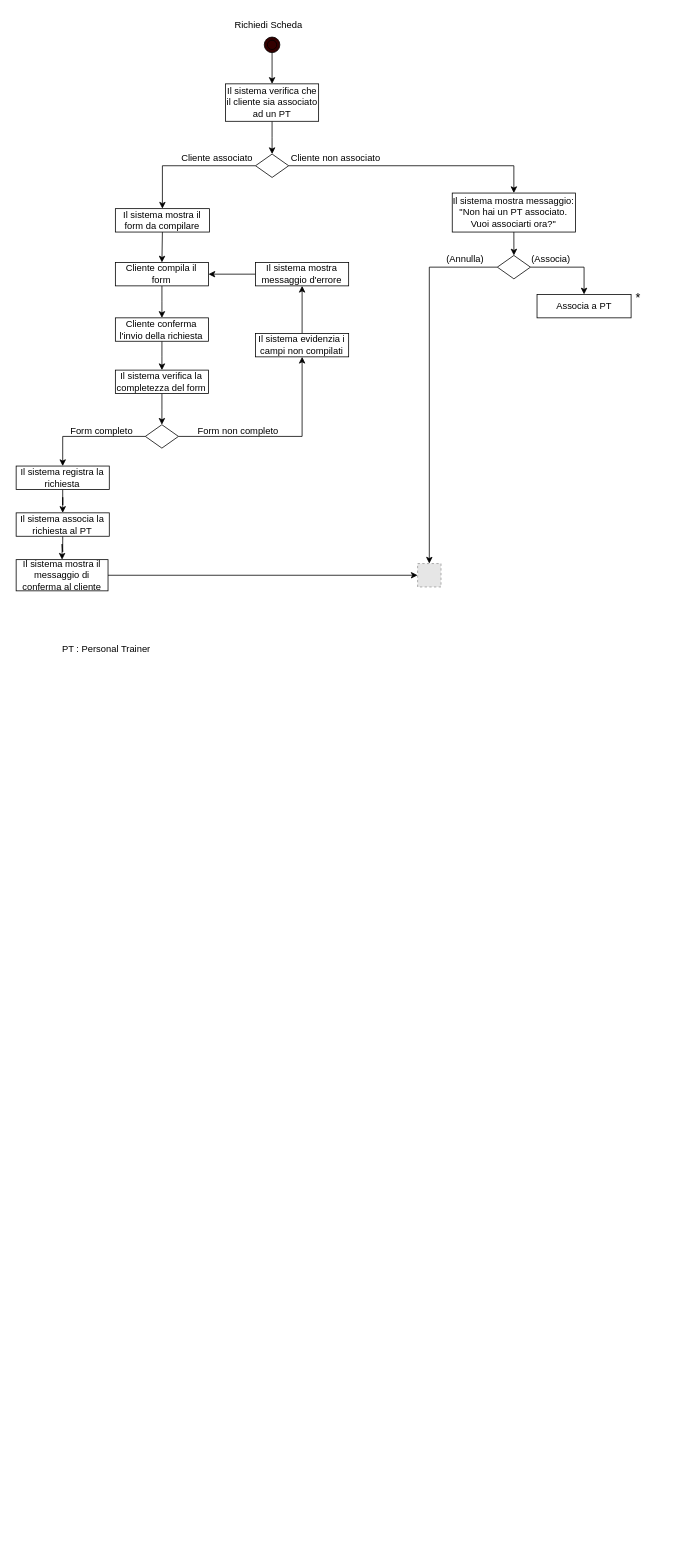
Above: page "Pagina-1" (1 of 2) of ActivityDiagram/RichiediScheda.drawio in FedericoSib/FitPlan (draw.io), before the change. Source tidied: cells renumbered, new cells numbered last; positions are measured from the earlier drawing's top-left corner, leaving out a move shared by most shapes. Both pictures are drawn from the tidied source at 78%, with x=0, y=0 at pixel (16, 13). Pictures stored in the file or linked from it are replaced by grey dashed boxes.
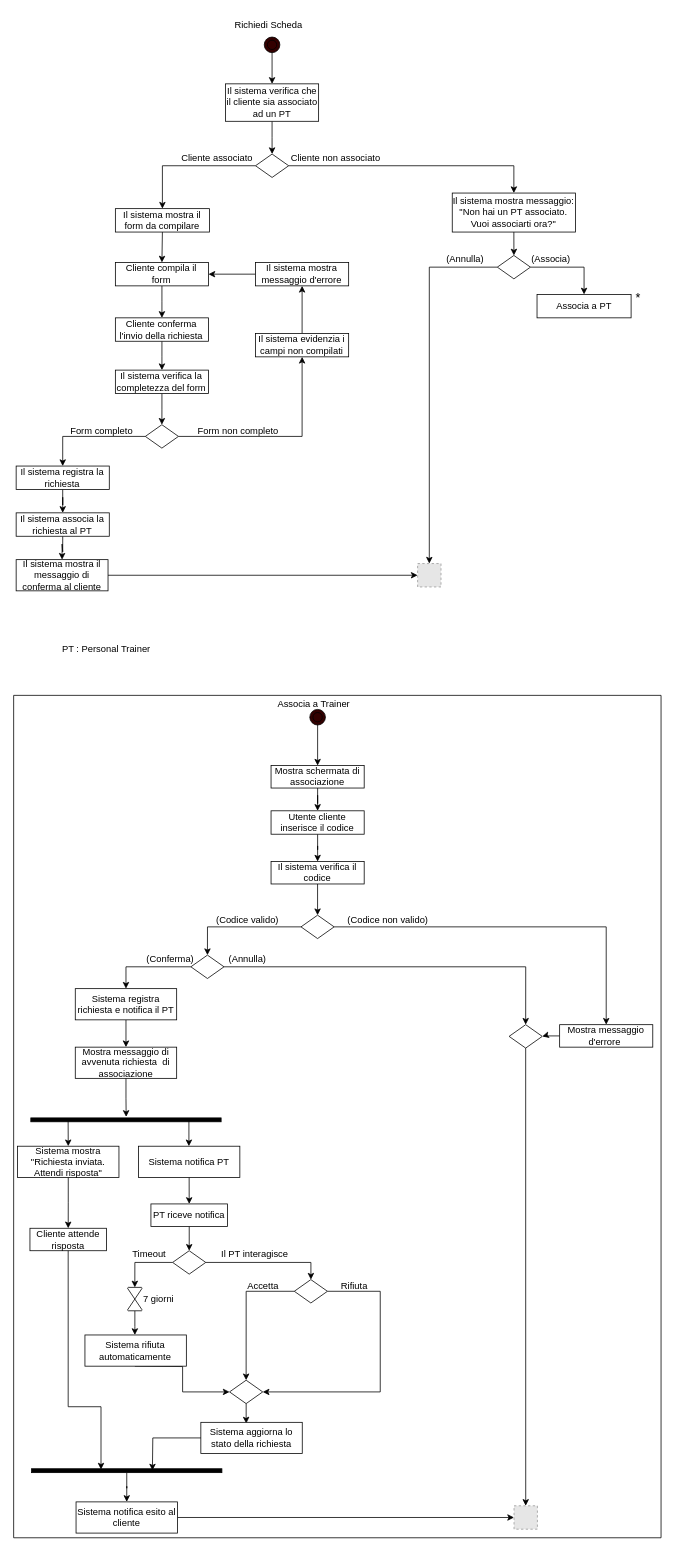
After the change.

The edit, as a diff of the source:
```diff
@@
+    <mxCell id="46" style="edgeStyle=orthogonalEdgeStyle;rounded=0;jettySize=auto;html=1;entryX=0.5;entryY=0;entryDx=0;entryDy=0;" parent="1" edge="1" source="47" target="50">
+      <mxGeometry relative="1" as="geometry" />
+    </mxCell>
+    <mxCell id="47" value="Il sistema verifica il codice" style="rounded=0;whiteSpace=wrap;html=1;" parent="1" vertex="1">
+      <mxGeometry x="327" y="1087" width="119.4" height="28.8" as="geometry" />
+    </mxCell>
+    <mxCell id="48" style="edgeStyle=orthogonalEdgeStyle;rounded=0;jettySize=auto;html=1;entryX=0.5;entryY=0;entryDx=0;entryDy=0;" parent="1" edge="1" source="50" target="57">
+      <mxGeometry relative="1" as="geometry" />
+    </mxCell>
+    <mxCell id="49" style="edgeStyle=orthogonalEdgeStyle;rounded=0;jettySize=auto;html=1;exitX=1;exitY=0.5;exitDx=0;exitDy=0;entryX=0.5;entryY=0;entryDx=0;entryDy=0;" parent="1" edge="1" source="50" target="54">
+      <mxGeometry relative="1" as="geometry" />
+    </mxCell>
+    <mxCell id="50" style="rhombus;whiteSpace=wrap;html=1;" parent="1" vertex="1">
+      <mxGeometry x="365.4" y="1155.8" width="42.5" height="30" as="geometry" />
+    </mxCell>
+    <mxCell id="51" value="(Codice valido)" style="text;html=1;whiteSpace=wrap;strokeColor=none;fillColor=none;align=center;verticalAlign=middle;rounded=0;" parent="1" vertex="1">
+      <mxGeometry x="247" y="1147" width="100" height="30" as="geometry" />
+    </mxCell>
+    <mxCell id="52" value="(Codice non valido)" style="text;html=1;whiteSpace=wrap;strokeColor=none;fillColor=none;align=center;verticalAlign=middle;rounded=0;" parent="1" vertex="1">
+      <mxGeometry x="417" y="1147" width="120" height="30" as="geometry" />
+    </mxCell>
+    <mxCell id="53" style="edgeStyle=orthogonalEdgeStyle;rounded=0;jettySize=auto;html=1;entryX=1;entryY=0.5;entryDx=0;entryDy=0;" parent="1" edge="1" source="54" target="66">
+      <mxGeometry relative="1" as="geometry" />
+    </mxCell>
+    <mxCell id="54" value="Mostra messaggio d'errore&amp;nbsp;" style="rounded=0;whiteSpace=wrap;html=1;" parent="1" vertex="1">
+      <mxGeometry x="697" y="1296.2" width="119.4" height="28.8" as="geometry" />
+    </mxCell>
+    <mxCell id="55" style="edgeStyle=orthogonalEdgeStyle;rounded=0;jettySize=auto;html=1;exitX=0;exitY=0.5;exitDx=0;exitDy=0;entryX=0.5;entryY=0;entryDx=0;entryDy=0;" parent="1" edge="1" source="57" target="72">
+      <mxGeometry relative="1" as="geometry" />
+    </mxCell>
+    <mxCell id="56" style="edgeStyle=orthogonalEdgeStyle;rounded=0;jettySize=auto;html=1;entryX=0.5;entryY=0;entryDx=0;entryDy=0;" parent="1" edge="1" source="57" target="66">
+      <mxGeometry relative="1" as="geometry" />
+    </mxCell>
+    <mxCell id="57" style="rhombus;whiteSpace=wrap;html=1;" parent="1" vertex="1">
+      <mxGeometry x="224.2" y="1207" width="42.5" height="30" as="geometry" />
+    </mxCell>
+    <mxCell id="58" value="(Annulla)" style="text;html=1;whiteSpace=wrap;strokeColor=none;fillColor=none;align=center;verticalAlign=middle;rounded=0;" parent="1" vertex="1">
+      <mxGeometry x="266.7" y="1197" width="60" height="30" as="geometry" />
+    </mxCell>
+    <mxCell id="59" value="(Conferma)" style="text;html=1;whiteSpace=wrap;strokeColor=none;fillColor=none;align=center;verticalAlign=middle;rounded=0;" parent="1" vertex="1">
+      <mxGeometry x="168.3" y="1197" width="60" height="30" as="geometry" />
+    </mxCell>
+    <mxCell id="60" style="edgeStyle=orthogonalEdgeStyle;rounded=0;jettySize=auto;html=1;entryX=0.5;entryY=0;entryDx=0;entryDy=0;" parent="1" edge="1" source="61" target="83">
+      <mxGeometry relative="1" as="geometry" />
+    </mxCell>
+    <mxCell id="61" value="Mostra schermata di associazione" style="rounded=0;whiteSpace=wrap;html=1;" parent="1" vertex="1">
+      <mxGeometry x="327" y="964" width="119.4" height="28.8" as="geometry" />
+    </mxCell>
+    <mxCell id="62" style="edgeStyle=orthogonalEdgeStyle;rounded=0;jettySize=auto;html=1;entryX=0.5;entryY=0;entryDx=0;entryDy=0;" parent="1" edge="1" source="63" target="61">
+      <mxGeometry relative="1" as="geometry" />
+    </mxCell>
+    <mxCell id="63" style="ellipse;shape=doubleEllipse;whiteSpace=wrap;html=1;fillColor=#330000;" parent="1" vertex="1">
+      <mxGeometry x="376.7" y="892" width="20" height="20" as="geometry" />
+    </mxCell>
+    <mxCell id="64" value="Associa a Trainer" style="text;html=1;whiteSpace=wrap;strokeColor=none;fillColor=none;align=center;verticalAlign=middle;rounded=0;" parent="1" vertex="1">
+      <mxGeometry x="297" y="870" width="170" height="30" as="geometry" />
+    </mxCell>
+    <mxCell id="65" style="edgeStyle=orthogonalEdgeStyle;rounded=0;jettySize=auto;html=1;exitX=0.5;exitY=1;exitDx=0;exitDy=0;entryX=0.5;entryY=0;entryDx=0;entryDy=0;" parent="1" edge="1" source="66" target="68">
+      <mxGeometry relative="1" as="geometry" />
+    </mxCell>
+    <mxCell id="66" style="rhombus;whiteSpace=wrap;html=1;" parent="1" vertex="1">
+      <mxGeometry x="632.2" y="1296.2" width="42.5" height="30" as="geometry" />
+    </mxCell>
+    <mxCell id="67" value="Mostra messaggio di avvenuta richiesta&amp;nbsp; di associazione" style="rounded=0;whiteSpace=wrap;html=1;" parent="1" vertex="1">
+      <mxGeometry x="76" y="1325" width="130" height="40" as="geometry" />
+    </mxCell>
+    <mxCell id="68" style="fillColor=#E6E6E6;strokeColor=#999999;dashed=1;html=1;verticalAlign=top;verticalLabelPosition=bottom;labelBackgroundColor=#ffffff;" parent="1" vertex="1">
+      <mxGeometry x="638.5" y="1913" width="30" height="30" as="geometry" />
+    </mxCell>
+    <mxCell id="69" style="edgeStyle=orthogonalEdgeStyle;rounded=0;jettySize=auto;html=1;entryX=0.5;entryY=0;entryDx=0;entryDy=0;" parent="1" edge="1" source="70">
+      <mxGeometry relative="1" as="geometry">
+        <mxPoint x="152.4" y="1694" as="targetPoint" />
+      </mxGeometry>
+    </mxCell>
+    <mxCell id="70" style="verticalLabelPosition=bottom;verticalAlign=top;html=1;shape=mxgraph.flowchart.collate;" parent="1" vertex="1">
+      <mxGeometry x="143" y="1633" width="18.7" height="30" as="geometry" />
+    </mxCell>
+    <mxCell id="71" style="edgeStyle=orthogonalEdgeStyle;rounded=0;jettySize=auto;html=1;exitX=0.5;exitY=1;exitDx=0;exitDy=0;entryX=0.5;entryY=0;entryDx=0;entryDy=0;" parent="1" edge="1" source="72" target="67">
+      <mxGeometry relative="1" as="geometry" />
+    </mxCell>
+    <mxCell id="72" value="Sistema registra richiesta e notifica il PT" style="rounded=0;whiteSpace=wrap;html=1;" parent="1" vertex="1">
+      <mxGeometry x="76" y="1250" width="130" height="40" as="geometry" />
+    </mxCell>
+    <mxCell id="73" style="edgeStyle=orthogonalEdgeStyle;rounded=0;jettySize=auto;html=1;entryX=0.5;entryY=0;entryDx=0;entryDy=0;" parent="1" edge="1" source="74" target="77">
+      <mxGeometry relative="1" as="geometry" />
+    </mxCell>
+    <mxCell id="74" value="PT riceve notifica" style="rounded=0;whiteSpace=wrap;html=1;" parent="1" vertex="1">
+      <mxGeometry x="173" y="1526" width="98.1" height="28.8" as="geometry" />
+    </mxCell>
+    <mxCell id="75" style="edgeStyle=orthogonalEdgeStyle;rounded=0;jettySize=auto;html=1;entryX=0.5;entryY=0;entryDx=0;entryDy=0;entryPerimeter=0;" parent="1" edge="1" source="77" target="70">
+      <mxGeometry relative="1" as="geometry" />
+    </mxCell>
+    <mxCell id="76" style="edgeStyle=orthogonalEdgeStyle;rounded=0;jettySize=auto;html=1;" parent="1" edge="1" source="77" target="86">
+      <mxGeometry relative="1" as="geometry" />
+    </mxCell>
+    <mxCell id="77" style="rhombus;whiteSpace=wrap;html=1;" parent="1" vertex="1">
+      <mxGeometry x="200.8" y="1586" width="42.5" height="30" as="geometry" />
+    </mxCell>
+    <mxCell id="78" value="Timeout" style="text;html=1;whiteSpace=wrap;strokeColor=none;fillColor=none;align=center;verticalAlign=middle;rounded=0;" parent="1" vertex="1">
+      <mxGeometry x="140.8" y="1576" width="60" height="30" as="geometry" />
+    </mxCell>
+    <mxCell id="79" value="7 giorni" style="text;html=1;whiteSpace=wrap;strokeColor=none;fillColor=none;align=center;verticalAlign=middle;rounded=0;" parent="1" vertex="1">
+      <mxGeometry x="153" y="1633" width="60" height="30" as="geometry" />
+    </mxCell>
+    <mxCell id="80" style="edgeStyle=orthogonalEdgeStyle;rounded=0;jettySize=auto;html=1;entryX=0;entryY=0.5;entryDx=0;entryDy=0;exitX=0.5;exitY=1;exitDx=0;exitDy=0;" parent="1" edge="1" target="96">
+      <mxGeometry relative="1" as="geometry">
+        <mxPoint x="152.4" y="1734" as="sourcePoint" />
+      </mxGeometry>
+    </mxCell>
+    <mxCell id="81" value="Sistema rifiuta automaticamente" style="rounded=0;whiteSpace=wrap;html=1;" parent="1" vertex="1">
+      <mxGeometry x="88.4" y="1694" width="130" height="40" as="geometry" />
+    </mxCell>
+    <mxCell id="82" style="edgeStyle=orthogonalEdgeStyle;rounded=0;jettySize=auto;html=1;entryX=0.5;entryY=0;entryDx=0;entryDy=0;" parent="1" edge="1" source="83" target="47">
+      <mxGeometry relative="1" as="geometry" />
+    </mxCell>
+    <mxCell id="83" value="Utente cliente inserisce il codice" style="rounded=0;whiteSpace=wrap;html=1;" parent="1" vertex="1">
+      <mxGeometry x="327" y="1022" width="119.4" height="30" as="geometry" />
+    </mxCell>
+    <mxCell id="84" style="edgeStyle=orthogonalEdgeStyle;rounded=0;jettySize=auto;html=1;exitX=0;exitY=0.5;exitDx=0;exitDy=0;entryX=0.5;entryY=0;entryDx=0;entryDy=0;" parent="1" edge="1" source="86" target="96">
+      <mxGeometry relative="1" as="geometry" />
+    </mxCell>
+    <mxCell id="85" style="edgeStyle=orthogonalEdgeStyle;rounded=0;jettySize=auto;html=1;exitX=1;exitY=0.5;exitDx=0;exitDy=0;entryX=1;entryY=0.5;entryDx=0;entryDy=0;" parent="1" edge="1" source="86" target="96">
+      <mxGeometry relative="1" as="geometry">
+        <Array as="points">
+          <mxPoint x="467" y="1638" />
+          <mxPoint x="467" y="1767" />
+        </Array>
+      </mxGeometry>
+    </mxCell>
+    <mxCell id="86" style="rhombus;whiteSpace=wrap;html=1;" parent="1" vertex="1">
+      <mxGeometry x="356.8" y="1623" width="42.5" height="30" as="geometry" />
+    </mxCell>
+    <mxCell id="87" value="Il PT interagisce&amp;nbsp;" style="text;html=1;whiteSpace=wrap;strokeColor=none;fillColor=none;align=center;verticalAlign=middle;rounded=0;" parent="1" vertex="1">
+      <mxGeometry x="238" y="1576" width="140" height="30" as="geometry" />
+    </mxCell>
+    <mxCell id="88" value="Accetta" style="text;html=1;whiteSpace=wrap;strokeColor=none;fillColor=none;align=center;verticalAlign=middle;rounded=0;" parent="1" vertex="1">
+      <mxGeometry x="287" y="1616" width="60" height="30" as="geometry" />
+    </mxCell>
+    <mxCell id="89" value="Rifiuta" style="text;html=1;whiteSpace=wrap;strokeColor=none;fillColor=none;align=center;verticalAlign=middle;rounded=0;" parent="1" vertex="1">
+      <mxGeometry x="393.7" y="1616" width="80" height="30" as="geometry" />
+    </mxCell>
+    <mxCell id="90" style="html=1;points=[];perimeter=orthogonalPerimeter;fillColor=strokeColor;rotation=-90;" parent="1" vertex="1">
+      <mxGeometry x="138.5" y="1296.2" width="5" height="244" as="geometry" />
+    </mxCell>
+    <mxCell id="91" style="edgeStyle=orthogonalEdgeStyle;rounded=0;jettySize=auto;html=1;entryX=0.5;entryY=0;entryDx=0;entryDy=0;" parent="1" edge="1" source="92" target="99">
+      <mxGeometry relative="1" as="geometry" />
+    </mxCell>
+    <mxCell id="92" value="Sistema mostra &quot;Richiesta inviata. Attendi risposta&quot;" style="rounded=0;whiteSpace=wrap;html=1;" parent="1" vertex="1">
+      <mxGeometry x="2" y="1452" width="130" height="40" as="geometry" />
+    </mxCell>
+    <mxCell id="93" style="edgeStyle=orthogonalEdgeStyle;rounded=0;jettySize=auto;html=1;exitX=0.5;exitY=1;exitDx=0;exitDy=0;entryX=0.5;entryY=0;entryDx=0;entryDy=0;" parent="1" edge="1" source="94" target="74">
+      <mxGeometry relative="1" as="geometry" />
+    </mxCell>
+    <mxCell id="94" value="Sistema notifica PT" style="rounded=0;whiteSpace=wrap;html=1;" parent="1" vertex="1">
+      <mxGeometry x="157" y="1452" width="130" height="40" as="geometry" />
+    </mxCell>
+    <mxCell id="95" style="edgeStyle=orthogonalEdgeStyle;rounded=0;jettySize=auto;html=1;entryX=0.448;entryY=0.037;entryDx=0;entryDy=0;entryPerimeter=0;" parent="1" edge="1" source="96" target="97">
+      <mxGeometry relative="1" as="geometry" />
+    </mxCell>
+    <mxCell id="96" style="rhombus;whiteSpace=wrap;html=1;" parent="1" vertex="1">
+      <mxGeometry x="273.8" y="1752" width="42.5" height="30" as="geometry" />
+    </mxCell>
+    <mxCell id="97" value="Sistema aggiorna lo stato della richiesta" style="rounded=0;whiteSpace=wrap;html=1;" parent="1" vertex="1">
+      <mxGeometry x="237" y="1806" width="130" height="40" as="geometry" />
+    </mxCell>
+    <mxCell id="98" style="edgeStyle=orthogonalEdgeStyle;rounded=0;jettySize=auto;html=1;entryX=0.659;entryY=0.771;entryDx=0;entryDy=0;entryPerimeter=0;" parent="1" edge="1" source="97">
+      <mxGeometry relative="1" as="geometry">
+        <mxPoint x="174.9" y="1867.7" as="targetPoint" />
+      </mxGeometry>
+    </mxCell>
+    <mxCell id="99" value="Cliente attende risposta" style="rounded=0;whiteSpace=wrap;html=1;" parent="1" vertex="1">
+      <mxGeometry x="17.9" y="1557.2" width="98.1" height="28.8" as="geometry" />
+    </mxCell>
+    <mxCell id="100" style="edgeStyle=orthogonalEdgeStyle;rounded=0;jettySize=auto;html=1;entryX=0.894;entryY=0.244;entryDx=0;entryDy=0;entryPerimeter=0;" parent="1" edge="1" source="99">
+      <mxGeometry relative="1" as="geometry">
+        <mxPoint x="109" y="1866.5" as="targetPoint" />
+        <Array as="points">
+          <mxPoint x="67" y="1786" />
+          <mxPoint x="109" y="1786" />
+        </Array>
+      </mxGeometry>
+    </mxCell>
+    <mxCell id="101" style="edgeStyle=orthogonalEdgeStyle;rounded=0;jettySize=auto;html=1;entryX=0;entryY=0.5;entryDx=0;entryDy=0;" parent="1" edge="1" source="102" target="68">
+      <mxGeometry relative="1" as="geometry" />
+    </mxCell>
+    <mxCell id="102" value="Sistema notifica esito al cliente" style="rounded=0;whiteSpace=wrap;html=1;" parent="1" vertex="1">
+      <mxGeometry x="77" y="1908" width="130" height="40" as="geometry" />
+    </mxCell>
+    <mxCell id="103" style="endArrow=classic;html=1;rounded=0;entryX=0.5;entryY=0;entryDx=0;entryDy=0;exitX=0.693;exitY=0.196;exitDx=0;exitDy=0;exitPerimeter=0;" parent="1" edge="1" source="90" target="92">
+      <mxGeometry relative="1" as="geometry" />
+    </mxCell>
+    <mxCell id="104" style="endArrow=classic;html=1;rounded=0;entryX=0.5;entryY=0;entryDx=0;entryDy=0;exitX=0.693;exitY=0.196;exitDx=0;exitDy=0;exitPerimeter=0;" parent="1" edge="1">
+      <mxGeometry relative="1" as="geometry">
+        <mxPoint x="221.7" y="1417" as="sourcePoint" />
+        <mxPoint x="221.7" y="1452" as="targetPoint" />
+      </mxGeometry>
+    </mxCell>
+    <mxCell id="105" style="edgeStyle=orthogonalEdgeStyle;rounded=0;jettySize=auto;html=1;entryX=1.264;entryY=0.501;entryDx=0;entryDy=0;entryPerimeter=0;" parent="1" edge="1" source="67" target="90">
+      <mxGeometry relative="1" as="geometry" />
+    </mxCell>
+    <mxCell id="106" style="edgeStyle=orthogonalEdgeStyle;rounded=0;jettySize=auto;html=1;entryX=0.5;entryY=0;entryDx=0;entryDy=0;" parent="1" edge="1" source="107" target="102">
+      <mxGeometry relative="1" as="geometry" />
+    </mxCell>
+    <mxCell id="107" style="html=1;points=[];perimeter=orthogonalPerimeter;fillColor=strokeColor;rotation=-90;" parent="1" vertex="1">
+      <mxGeometry x="139.5" y="1746" width="5" height="244" as="geometry" />
+    </mxCell>
+    <mxCell id="108" style="swimlane;startSize=0;" parent="1" vertex="1">
+      <mxGeometry x="-3" y="874" width="830" height="1080" as="geometry" />
+    </mxCell>
```
